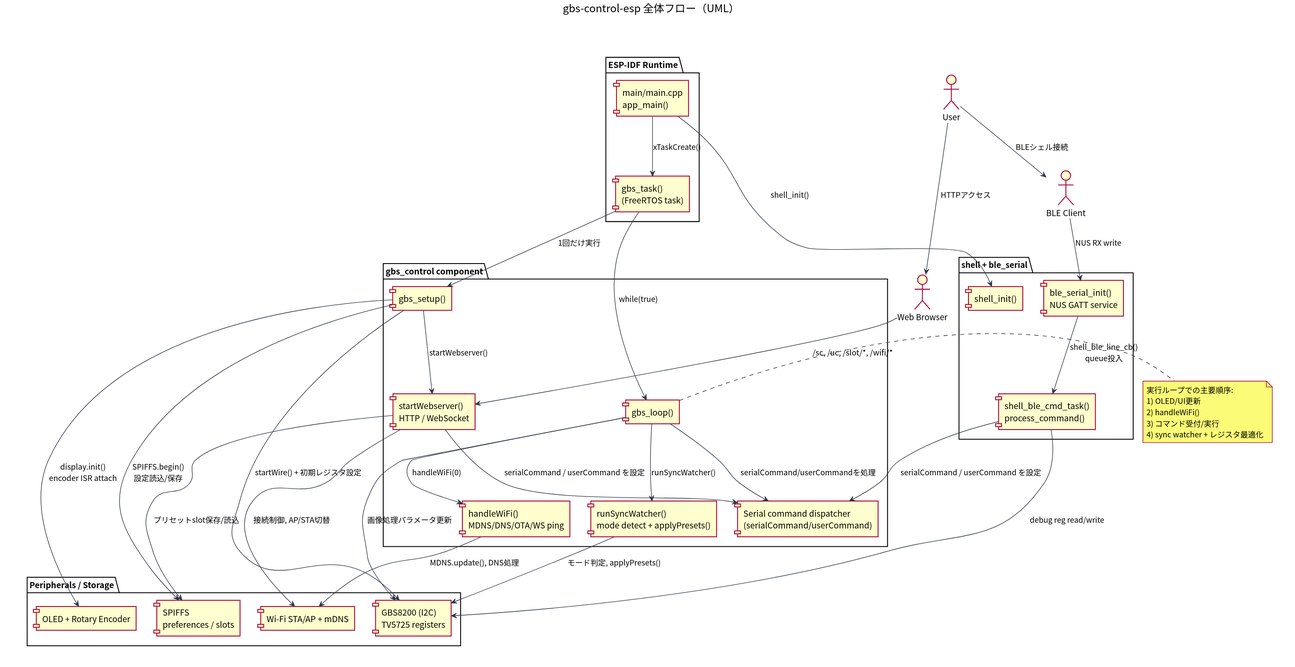
Earlier version of the PlantUML export docs/uml/project_flow.svg (ntsklab/gbs-control).
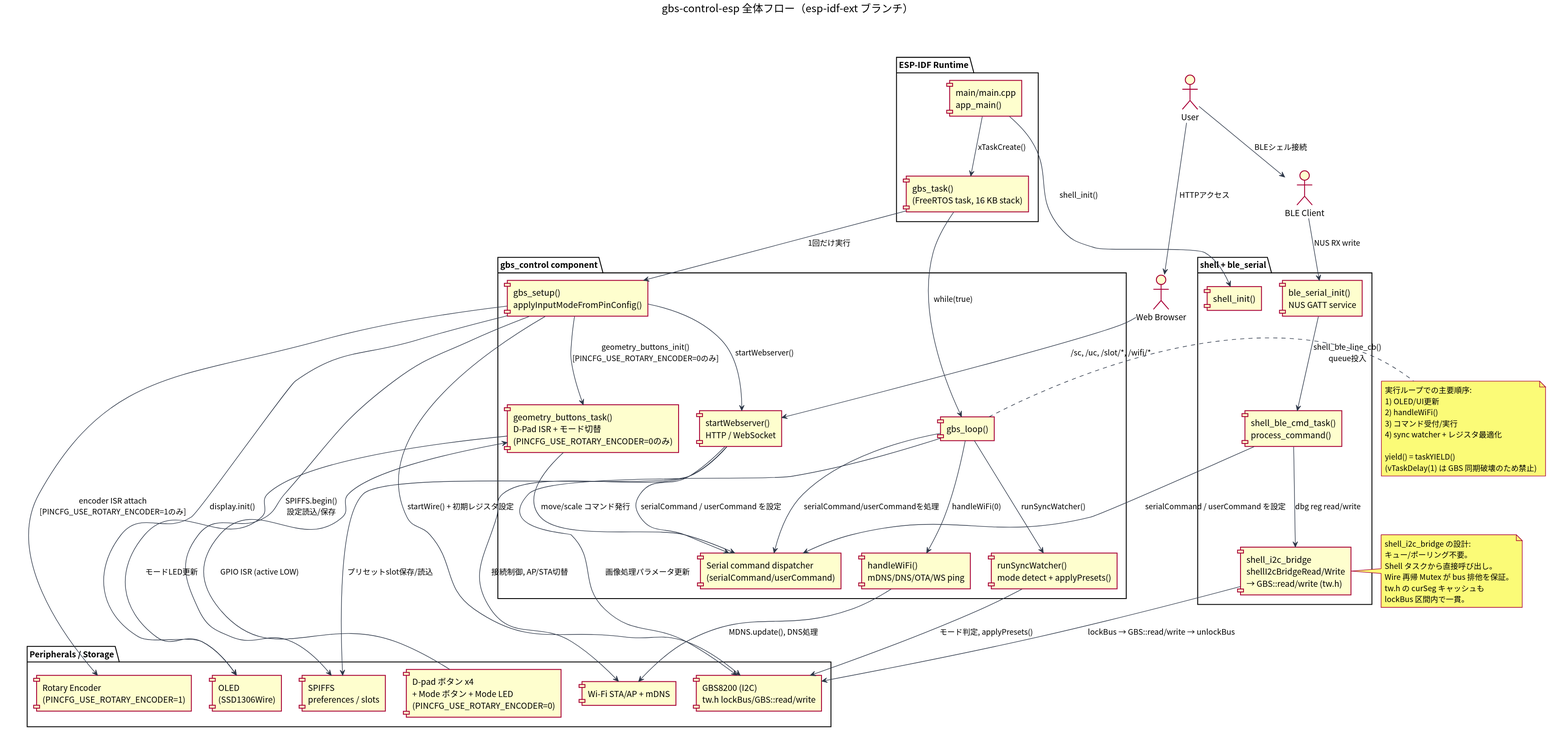
After the change.

The edit, as a diff of the source:
```diff
@@ -12,7 +12,7 @@
   FontColor #FFFFFF
 }
 
-title gbs-control-esp 全体フロー（UML）
+title gbs-control-esp 全体フロー（esp-idf-ext ブランチ）
 
 package " " <<canvas>> {
 actor "User" as user
@@ -21,27 +21,31 @@
 
 package "ESP-IDF Runtime" {
   component "main/main.cpp\napp_main()" as app_main
-  component "gbs_task()\n(FreeRTOS task)" as gbs_task
+  component "gbs_task()\n(FreeRTOS task, 16 KB stack)" as gbs_task
 }
 
 package "gbs_control component" {
-  component "gbs_setup()" as gbs_setup
+  component "gbs_setup()\napplyInputModeFromPinConfig()" as gbs_setup
   component "gbs_loop()" as gbs_loop
   component "startWebserver()\nHTTP / WebSocket" as web
-  component "handleWiFi()\nMDNS/DNS/OTA/WS ping" as wifi
+  component "handleWiFi()\nmDNS/DNS/OTA/WS ping" as wifi
   component "runSyncWatcher()\nmode detect + applyPresets()" as sync
   component "Serial command dispatcher\n(serialCommand/userCommand)" as cmd
+  component "geometry_buttons_task()\nD-Pad ISR + モード切替\n(PINCFG_USE_ROTARY_ENCODER=0のみ)" as gbtask
 }
 
 package "shell + ble_serial" {
   component "shell_init()" as shell
   component "ble_serial_init()\nNUS GATT service" as ble
   component "shell_ble_cmd_task()\nprocess_command()" as shelltask
+  component "shell_i2c_bridge\nshellI2cBridgeRead/Write\n→ GBS::read/write (tw.h)" as bridge
 }
 
 package "Peripherals / Storage" {
-  component "GBS8200 (I2C)\nTV5725 registers" as gbschip
-  component "OLED + Rotary Encoder" as oled
+  component "GBS8200 (I2C)\ntw.h lockBus/GBS::read/write" as gbschip
+  component "OLED\n(SSD1306Wire)" as oled
+  component "D-pad ボタン x4\n+ Mode ボタン + Mode LED\n(PINCFG_USE_ROTARY_ENCODER=0)" as dpad
+  component "Rotary Encoder\n(PINCFG_USE_ROTARY_ENCODER=1)" as re
   component "SPIFFS\npreferences / slots" as spiffs
   component "Wi-Fi STA/AP + mDNS" as wlan
 }
@@ -57,7 +61,9 @@
 gbs_setup --> web : startWebserver()
 gbs_setup --> spiffs : SPIFFS.begin()\n設定読込/保存
 gbs_setup --> gbschip : startWire() + 初期レジスタ設定
-gbs_setup --> oled : display.init()\nencoder ISR attach
+gbs_setup --> oled : display.init()
+gbs_setup --> gbtask : geometry_buttons_init()\n[PINCFG_USE_ROTARY_ENCODER=0のみ]
+gbs_setup --> re : encoder ISR attach\n[PINCFG_USE_ROTARY_ENCODER=1のみ]
 
 gbs_task --> gbs_loop : while(true)
 gbs_loop --> wifi : handleWiFi(0)
@@ -73,7 +79,12 @@
 bleclient --> ble : NUS RX write
 ble --> shelltask : shell_ble_line_cb()\nqueue投入
 shelltask --> cmd : serialCommand / userCommand を設定
-shelltask --> gbschip : debug reg read/write
+shelltask --> bridge : dbg reg read/write
+bridge --> gbschip : lockBus → GBS::read/write → unlockBus
+
+dpad --> gbtask : GPIO ISR (active LOW)
+gbtask --> cmd : move/scale コマンド発行
+gbtask --> oled : モードLED更新
 
 wifi --> wlan : MDNS.update(), DNS処理
 sync --> gbschip : モード判定, applyPresets()
@@ -84,6 +95,18 @@
   2) handleWiFi()
   3) コマンド受付/実行
   4) sync watcher + レジスタ最適化
+
+  yield() = taskYIELD()
+  (vTaskDelay(1) は GBS 同期破壊のため禁止)
+end note
+
+note right of bridge
+  shell_i2c_bridge の設計:
+  キュー/ポーリング不要。
+  Shell タスクから直接呼び出し。
+  Wire 再帰 Mutex が bus 排他を保証。
+  tw.h の curSeg キャッシュも
+  lockBus 区間内で一貫。
 end note
 }
 
```
